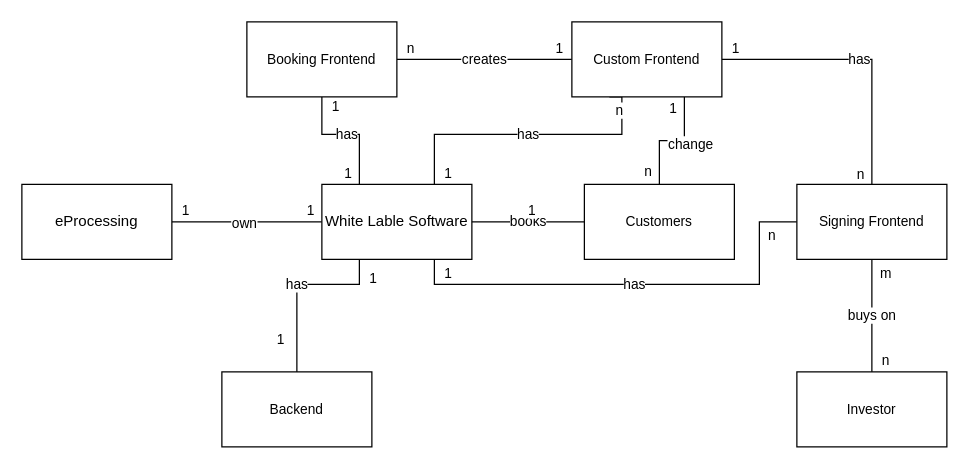
Before: artifacts/Domain_Model_eProcessing.drawio in luca-engels-eprocessing/OneFolio, a draw.io diagram. Source tidied: cells renumbered, new cells numbered last; positions are measured from the earlier drawing's top-left corner, leaving out a move shared by most shapes. Both pictures are drawn from the tidied source at 125%, with x=0, y=0 at pixel (21, 21).
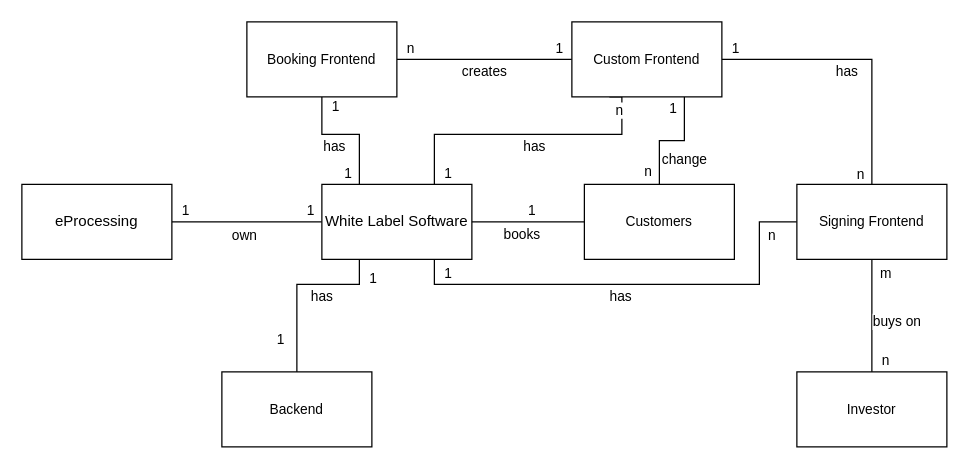
The same page after the edit.

Unchanged cells that the change refers to:
```xml
<mxCell id="2" style="edgeStyle=orthogonalEdgeStyle;rounded=0;jettySize=auto;html=1;endArrow=none;endFill=0;" parent="1" edge="1" source="6" target="13">
  <mxGeometry relative="1" as="geometry" />
</mxCell>
<mxCell id="14" value="Backend" style="html=1;whiteSpace=wrap;fontFamily=Helvetica;fontSize=11;fontColor=default;labelBackgroundColor=default;" parent="1" vertex="1">
  <mxGeometry x="160" y="280" width="120" height="60" as="geometry" />
</mxCell>
<mxCell id="22" value="Booking Frontend" style="html=1;whiteSpace=wrap;fontFamily=Helvetica;fontSize=11;fontColor=default;labelBackgroundColor=default;" parent="1" vertex="1">
  <mxGeometry x="180" width="120" height="60" as="geometry" />
</mxCell>
<mxCell id="26" value="Customers" style="html=1;whiteSpace=wrap;fontFamily=Helvetica;fontSize=11;fontColor=default;labelBackgroundColor=default;" parent="1" vertex="1">
  <mxGeometry x="450" y="130" width="120" height="60" as="geometry" />
</mxCell>
<mxCell id="33" value="Custom Frontend" style="html=1;whiteSpace=wrap;fontFamily=Helvetica;fontSize=11;fontColor=default;labelBackgroundColor=default;" parent="1" vertex="1">
  <mxGeometry x="440" width="120" height="60" as="geometry" />
</mxCell>
<mxCell id="37" value="Signing Frontend" style="html=1;whiteSpace=wrap;fontFamily=Helvetica;fontSize=11;fontColor=default;labelBackgroundColor=default;" parent="1" vertex="1">
  <mxGeometry x="620" y="130" width="120" height="60" as="geometry" />
</mxCell>
<mxCell id="41" value="Investor" style="html=1;whiteSpace=wrap;fontFamily=Helvetica;fontSize=11;fontColor=default;labelBackgroundColor=default;" parent="1" vertex="1">
  <mxGeometry x="620" y="280" width="120" height="60" as="geometry" />
</mxCell>
```

The edit, as a diff of the source:
```diff
@@
     <mxCell id="3" value="own" style="edgeLabel;html=1;align=center;verticalAlign=middle;fontFamily=Helvetica;fontSize=11;fontColor=default;labelBackgroundColor=default;" parent="2" vertex="1">
       <mxGeometry x="-0.05" y="-1" relative="1" as="geometry">
-        <mxPoint y="-1" as="offset" />
+        <mxPoint y="9" as="offset" />
       </mxGeometry>
     </mxCell>
@@
     <mxCell id="7" value="has" style="edgeStyle=orthogonalEdgeStyle;rounded=0;jettySize=auto;html=1;strokeColor=default;align=center;verticalAlign=middle;fontFamily=Helvetica;fontSize=11;fontColor=default;labelBackgroundColor=default;endArrow=none;endFill=0;exitX=0.25;exitY=0;exitDx=0;exitDy=0;entryX=0.5;entryY=1;entryDx=0;entryDy=0;" parent="1" edge="1" source="13" target="22">
-      <mxGeometry relative="1" as="geometry">
+      <mxGeometry x="0.2" y="10" relative="1" as="geometry">
         <Array as="points">
           <mxPoint x="270" y="90" />
           <mxPoint x="240" y="90" />
         </Array>
       </mxGeometry>
     </mxCell>
@@
     <mxCell id="10" value="has" style="edgeStyle=orthogonalEdgeStyle;rounded=0;jettySize=auto;html=1;strokeColor=default;align=center;verticalAlign=middle;fontFamily=Helvetica;fontSize=11;fontColor=default;labelBackgroundColor=default;endArrow=none;endFill=0;" parent="1" edge="1" source="13" target="14">
-      <mxGeometry relative="1" as="geometry">
+      <mxGeometry x="-0.29" y="10" relative="1" as="geometry">
         <Array as="points">
           <mxPoint x="270" y="210" />
           <mxPoint x="220" y="210" />
         </Array>
       </mxGeometry>
     </mxCell>
@@
-    <mxCell id="13" value="White Lable Software" style="html=1;whiteSpace=wrap;" parent="1" vertex="1">
+    <mxCell id="13" value="White Label Software" style="html=1;whiteSpace=wrap;" parent="1" vertex="1">
       <mxGeometry x="240" y="130" width="120" height="60" as="geometry" />
     </mxCell>
@@
-    <mxCell id="15" style="edgeStyle=orthogonalEdgeStyle;rounded=0;jettySize=auto;html=1;entryX=0.5;entryY=0;entryDx=0;entryDy=0;strokeColor=default;align=center;verticalAlign=middle;fontFamily=Helvetica;fontSize=11;fontColor=default;labelBackgroundColor=default;endArrow=none;endFill=0;exitX=0.75;exitY=1;exitDx=0;exitDy=0;" parent="1" edge="1" source="33" target="26">
-      <mxGeometry relative="1" as="geometry" />
+    <mxCell id="15" value="&lt;span style=&quot;color: rgb(0, 0, 0); font-family: Helvetica; font-size: 11px; font-style: normal; font-variant-ligatures: normal; font-variant-caps: normal; font-weight: 400; letter-spacing: normal; orphans: 2; text-align: center; text-indent: 0px; text-transform: none; widows: 2; word-spacing: 0px; -webkit-text-stroke-width: 0px; white-space: nowrap; background-color: rgb(255, 255, 255); text-decoration-thickness: initial; text-decoration-style: initial; text-decoration-color: initial; display: inline !important; float: none;&quot;&gt;change&lt;/span&gt;" style="edgeStyle=orthogonalEdgeStyle;rounded=0;jettySize=auto;html=1;entryX=0.5;entryY=0;entryDx=0;entryDy=0;strokeColor=default;align=center;verticalAlign=middle;fontFamily=Helvetica;fontSize=11;fontColor=default;labelBackgroundColor=default;endArrow=none;endFill=0;exitX=0.75;exitY=1;exitDx=0;exitDy=0;" parent="1" edge="1" source="33" target="26">
+      <mxGeometry x="-0.22" y="15" relative="1" as="geometry" />
     </mxCell>
-    <mxCell id="16" value="change" style="edgeLabel;html=1;align=center;verticalAlign=middle;fontFamily=Helvetica;fontSize=11;fontColor=default;labelBackgroundColor=default;" parent="15" vertex="1">
-      <mxGeometry x="-0.22" y="-1" relative="1" as="geometry">
-        <mxPoint x="4" y="3" as="offset" />
-      </mxGeometry>
-    </mxCell>
@@
     <mxCell id="19" value="creates" style="edgeStyle=orthogonalEdgeStyle;rounded=0;jettySize=auto;html=1;entryX=0;entryY=0.5;entryDx=0;entryDy=0;strokeColor=default;align=center;verticalAlign=middle;fontFamily=Helvetica;fontSize=11;fontColor=default;labelBackgroundColor=default;endArrow=none;endFill=0;" parent="1" edge="1" source="22" target="33">
-      <mxGeometry relative="1" as="geometry" />
+      <mxGeometry y="-10" relative="1" as="geometry" />
     </mxCell>
@@
     <mxCell id="23" value="books" style="edgeStyle=orthogonalEdgeStyle;rounded=0;jettySize=auto;html=1;strokeColor=default;align=center;verticalAlign=middle;fontFamily=Helvetica;fontSize=11;fontColor=default;labelBackgroundColor=default;endArrow=none;endFill=0;" parent="1" edge="1" source="26" target="13">
-      <mxGeometry relative="1" as="geometry" />
+      <mxGeometry x="0.11" y="10" relative="1" as="geometry" />
     </mxCell>
@@
     <mxCell id="27" value="has" style="edgeStyle=orthogonalEdgeStyle;rounded=0;jettySize=auto;html=1;entryX=0.75;entryY=0;entryDx=0;entryDy=0;strokeColor=default;align=center;verticalAlign=middle;fontFamily=Helvetica;fontSize=11;fontColor=default;labelBackgroundColor=default;endArrow=none;endFill=0;exitX=0.25;exitY=1;exitDx=0;exitDy=0;" parent="1" edge="1" source="33" target="13">
-      <mxGeometry relative="1" as="geometry">
+      <mxGeometry x="-0.04" y="10" relative="1" as="geometry">
         <Array as="points">
           <mxPoint x="480" y="90" />
           <mxPoint x="330" y="90" />
         </Array>
       </mxGeometry>
     </mxCell>
@@
     <mxCell id="30" value="has" style="edgeStyle=orthogonalEdgeStyle;rounded=0;jettySize=auto;html=1;strokeColor=default;align=center;verticalAlign=middle;fontFamily=Helvetica;fontSize=11;fontColor=default;labelBackgroundColor=default;endArrow=none;endFill=0;" parent="1" edge="1" source="33" target="37">
-      <mxGeometry relative="1" as="geometry" />
+      <mxGeometry x="-0.09" y="-10" relative="1" as="geometry" />
     </mxCell>
@@
     <mxCell id="34" value="has" style="edgeStyle=orthogonalEdgeStyle;rounded=0;jettySize=auto;html=1;entryX=0.75;entryY=1;entryDx=0;entryDy=0;strokeColor=default;align=center;verticalAlign=middle;fontFamily=Helvetica;fontSize=11;fontColor=default;labelBackgroundColor=default;endArrow=none;endFill=0;" parent="1" edge="1" source="37" target="13">
-      <mxGeometry relative="1" as="geometry">
+      <mxGeometry x="0.06" y="10" relative="1" as="geometry">
         <Array as="points">
           <mxPoint x="590" y="160" />
           <mxPoint x="590" y="210" />
           <mxPoint x="330" y="210" />
         </Array>
       </mxGeometry>
     </mxCell>
@@
     <mxCell id="38" value="buys on" style="edgeStyle=orthogonalEdgeStyle;rounded=0;jettySize=auto;html=1;strokeColor=default;align=center;verticalAlign=middle;fontFamily=Helvetica;fontSize=11;fontColor=default;labelBackgroundColor=default;endArrow=none;endFill=0;entryX=0.5;entryY=1;entryDx=0;entryDy=0;exitX=0.5;exitY=0;exitDx=0;exitDy=0;" parent="1" edge="1" source="41" target="37">
-      <mxGeometry relative="1" as="geometry">
+      <mxGeometry x="-0.11" y="-20" relative="1" as="geometry">
         <Array as="points">
           <mxPoint x="680" y="250" />
           <mxPoint x="680" y="250" />
         </Array>
       </mxGeometry>
     </mxCell>
```
